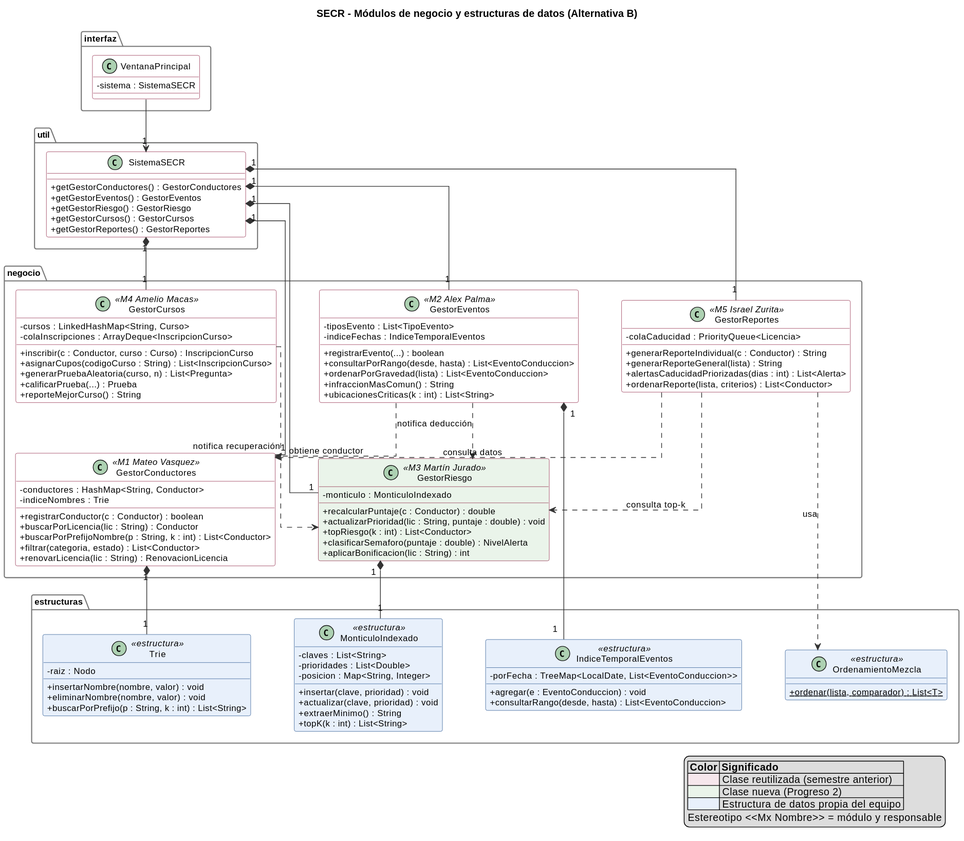
Above: docs/uml/02_negocio_estructuras.svg in isam1725/SECR-Progreso1 (PlantUML), before the change. The source it was exported from:
```plantuml
@startuml 02_negocio_estructuras

skinparam classAttributeIconSize 0
skinparam shadowing false
skinparam linetype ortho
skinparam nodesep 60
skinparam ranksep 70
skinparam defaultFontName Arial
skinparam defaultFontSize 12
skinparam class {
  BackgroundColor #FFFFFF
  BorderColor #8C1D40
  ArrowColor #333333
}
skinparam class<<nueva>> {
  BackgroundColor #EAF4EA
  BorderColor #2E7D32
}
skinparam class<<estructura>> {
  BackgroundColor #E8F0FB
  BorderColor #1F4E8C
}
skinparam package {
  BorderColor #777777
}

title SECR - Módulos de negocio y estructuras de datos (Alternativa B)

package "util" {
  class SistemaSECR {
    + getGestorConductores() : GestorConductores
    + getGestorEventos() : GestorEventos
    + getGestorRiesgo() : GestorRiesgo
    + getGestorCursos() : GestorCursos
    + getGestorReportes() : GestorReportes
  }
}

package "negocio" {
  class GestorConductores <<M1 Mateo Vasquez>> {
    - conductores : HashMap<String, Conductor>
    - indiceNombres : Trie
    + registrarConductor(c : Conductor) : boolean
    + buscarPorLicencia(lic : String) : Conductor
    + buscarPorPrefijoNombre(p : String, k : int) : List<Conductor>
    + filtrar(categoria, estado) : List<Conductor>
    + renovarLicencia(lic : String) : RenovacionLicencia
  }

  class GestorEventos <<M2 Alex Palma>> {
    - tiposEvento : List<TipoEvento>
    - indiceFechas : IndiceTemporalEventos
    + registrarEvento(...) : boolean
    + consultarPorRango(desde, hasta) : List<EventoConduccion>
    + ordenarPorGravedad(lista) : List<EventoConduccion>
    + infraccionMasComun() : String
    + ubicacionesCriticas(k : int) : List<String>
  }

  class GestorRiesgo <<M3 Martín Jurado>> #EAF4EA {
    - monticulo : MonticuloIndexado
    + recalcularPuntaje(c : Conductor) : double
    + actualizarPrioridad(lic : String, puntaje : double) : void
    + topRiesgo(k : int) : List<Conductor>
    + clasificarSemaforo(puntaje : double) : NivelAlerta
    + aplicarBonificacion(lic : String) : int
  }

  class GestorCursos <<M4 Amelio Macas>> {
    - cursos : LinkedHashMap<String, Curso>
    - colaInscripciones : ArrayDeque<InscripcionCurso>
    + inscribir(c : Conductor, curso : Curso) : InscripcionCurso
    + asignarCupos(codigoCurso : String) : List<InscripcionCurso>
    + generarPruebaAleatoria(curso, n) : List<Pregunta>
    + calificarPrueba(...) : Prueba
    + reporteMejorCurso() : String
  }

  class GestorReportes <<M5 Israel Zurita>> {
    - colaCaducidad : PriorityQueue<Licencia>
    + generarReporteIndividual(c : Conductor) : String
    + generarReporteGeneral(lista) : String
    + alertasCaducidadPriorizadas(dias : int) : List<Alerta>
    + ordenarReporte(lista, criterios) : List<Conductor>
  }
}

package "estructuras" {
  class Trie <<estructura>> {
    - raiz : Nodo
    + insertarNombre(nombre, valor) : void
    + eliminarNombre(nombre, valor) : void
    + buscarPorPrefijo(p : String, k : int) : List<String>
  }
  class MonticuloIndexado <<estructura>> {
    - claves : List<String>
    - prioridades : List<Double>
    - posicion : Map<String, Integer>
    + insertar(clave, prioridad) : void
    + actualizar(clave, prioridad) : void
    + extraerMinimo() : String
    + topK(k : int) : List<String>
  }
  class IndiceTemporalEventos <<estructura>> {
    - porFecha : TreeMap<LocalDate, List<EventoConduccion>>
    + agregar(e : EventoConduccion) : void
    + consultarRango(desde, hasta) : List<EventoConduccion>
  }
  class OrdenamientoMezcla <<estructura>> {
    + {static} ordenar(lista, comparador) : List<T>
  }
}

package "interfaz" {
  class VentanaPrincipal {
    - sistema : SistemaSECR
  }
}

VentanaPrincipal --> "1" SistemaSECR
SistemaSECR "1" *-- "1" GestorConductores
SistemaSECR "1" *-- "1" GestorEventos
SistemaSECR "1" *-- "1" GestorRiesgo
SistemaSECR "1" *-- "1" GestorCursos
SistemaSECR "1" *-- "1" GestorReportes

GestorConductores "1" *-- "1" Trie
GestorRiesgo "1" *-- "1" MonticuloIndexado
GestorEventos "1" *-- "1" IndiceTemporalEventos
GestorReportes ..> OrdenamientoMezcla : usa

GestorEventos ..> GestorConductores : obtiene conductor
GestorEventos ..> GestorRiesgo : notifica deducción
GestorCursos ..> GestorRiesgo : notifica recuperación
GestorReportes ..> GestorRiesgo : consulta top-k
GestorReportes ..> GestorConductores : consulta datos

legend right
  |= Color |= Significado |
  |<#F6E7EC>| Clase reutilizada (semestre anterior) |
  |<#EAF4EA>| Clase nueva (Progreso 2) |
  |<#E8F0FB>| Estructura de datos propia del equipo |
  Estereotipo <<Mx Nombre>> = módulo y responsable
endlegend
@enduml
```
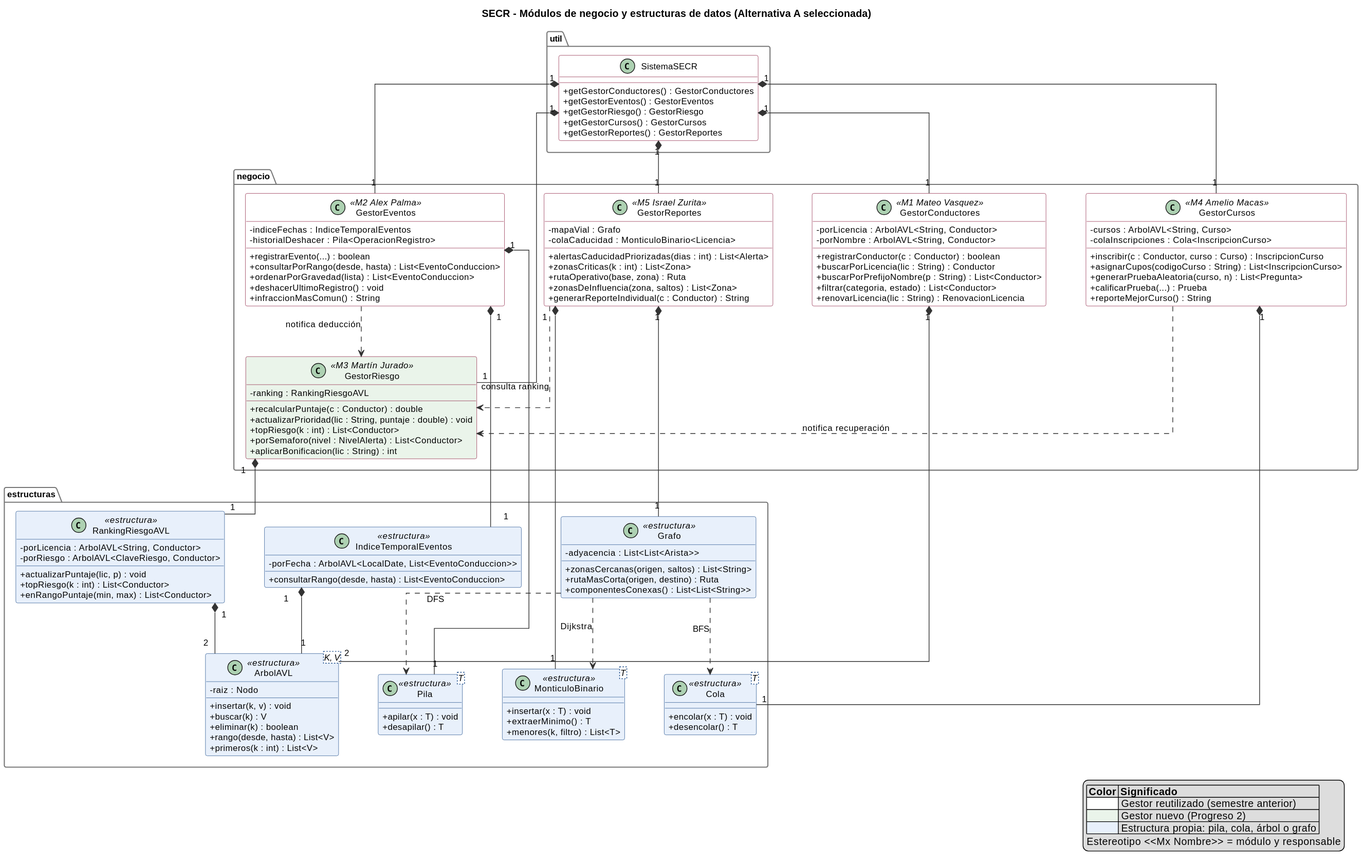
Later version of the same file.

Diff of the diagram source:
```diff
@@ -3,7 +3,7 @@
 skinparam classAttributeIconSize 0
 skinparam shadowing false
 skinparam linetype ortho
-skinparam nodesep 60
+skinparam nodesep 55
 skinparam ranksep 70
 skinparam defaultFontName Arial
 skinparam defaultFontSize 12
@@ -11,10 +11,6 @@
   BackgroundColor #FFFFFF
   BorderColor #8C1D40
   ArrowColor #333333
-}
-skinparam class<<nueva>> {
-  BackgroundColor #EAF4EA
-  BorderColor #2E7D32
 }
 skinparam class<<estructura>> {
   BackgroundColor #E8F0FB
@@ -24,7 +20,7 @@
   BorderColor #777777
 }
 
-title SECR - Módulos de negocio y estructuras de datos (Alternativa B)
+title SECR - Módulos de negocio y estructuras de datos (Alternativa A seleccionada)
 
 package "util" {
   class SistemaSECR {
@@ -38,37 +34,37 @@
 
 package "negocio" {
   class GestorConductores <<M1 Mateo Vasquez>> {
-    - conductores : HashMap<String, Conductor>
-    - indiceNombres : Trie
+    - porLicencia : ArbolAVL<String, Conductor>
+    - porNombre : ArbolAVL<String, Conductor>
     + registrarConductor(c : Conductor) : boolean
     + buscarPorLicencia(lic : String) : Conductor
-    + buscarPorPrefijoNombre(p : String, k : int) : List<Conductor>
+    + buscarPorPrefijoNombre(p : String) : List<Conductor>
     + filtrar(categoria, estado) : List<Conductor>
     + renovarLicencia(lic : String) : RenovacionLicencia
   }
 
   class GestorEventos <<M2 Alex Palma>> {
-    - tiposEvento : List<TipoEvento>
     - indiceFechas : IndiceTemporalEventos
+    - historialDeshacer : Pila<OperacionRegistro>
     + registrarEvento(...) : boolean
     + consultarPorRango(desde, hasta) : List<EventoConduccion>
     + ordenarPorGravedad(lista) : List<EventoConduccion>
+    + deshacerUltimoRegistro() : void
     + infraccionMasComun() : String
-    + ubicacionesCriticas(k : int) : List<String>
   }
 
   class GestorRiesgo <<M3 Martín Jurado>> #EAF4EA {
-    - monticulo : MonticuloIndexado
+    - ranking : RankingRiesgoAVL
     + recalcularPuntaje(c : Conductor) : double
     + actualizarPrioridad(lic : String, puntaje : double) : void
     + topRiesgo(k : int) : List<Conductor>
-    + clasificarSemaforo(puntaje : double) : NivelAlerta
+    + porSemaforo(nivel : NivelAlerta) : List<Conductor>
     + aplicarBonificacion(lic : String) : int
   }
 
   class GestorCursos <<M4 Amelio Macas>> {
-    - cursos : LinkedHashMap<String, Curso>
-    - colaInscripciones : ArrayDeque<InscripcionCurso>
+    - cursos : ArbolAVL<String, Curso>
+    - colaInscripciones : Cola<InscripcionCurso>
     + inscribir(c : Conductor, curso : Curso) : InscripcionCurso
     + asignarCupos(codigoCurso : String) : List<InscripcionCurso>
     + generarPruebaAleatoria(curso, n) : List<Pregunta>
@@ -77,69 +73,85 @@
   }
 
   class GestorReportes <<M5 Israel Zurita>> {
-    - colaCaducidad : PriorityQueue<Licencia>
+    - mapaVial : Grafo
+    - colaCaducidad : MonticuloBinario<Licencia>
+    + alertasCaducidadPriorizadas(dias : int) : List<Alerta>
+    + zonasCriticas(k : int) : List<Zona>
+    + rutaOperativo(base, zona) : Ruta
+    + zonasDeInfluencia(zona, saltos) : List<Zona>
     + generarReporteIndividual(c : Conductor) : String
-    + generarReporteGeneral(lista) : String
-    + alertasCaducidadPriorizadas(dias : int) : List<Alerta>
-    + ordenarReporte(lista, criterios) : List<Conductor>
   }
 }
 
 package "estructuras" {
-  class Trie <<estructura>> {
+  class "ArbolAVL<K, V>" as ArbolAVL <<estructura>> {
     - raiz : Nodo
-    + insertarNombre(nombre, valor) : void
-    + eliminarNombre(nombre, valor) : void
-    + buscarPorPrefijo(p : String, k : int) : List<String>
+    + insertar(k, v) : void
+    + buscar(k) : V
+    + eliminar(k) : boolean
+    + rango(desde, hasta) : List<V>
+    + primeros(k : int) : List<V>
   }
-  class MonticuloIndexado <<estructura>> {
-    - claves : List<String>
-    - prioridades : List<Double>
-    - posicion : Map<String, Integer>
-    + insertar(clave, prioridad) : void
-    + actualizar(clave, prioridad) : void
-    + extraerMinimo() : String
-    + topK(k : int) : List<String>
+  class RankingRiesgoAVL <<estructura>> {
+    - porLicencia : ArbolAVL<String, Conductor>
+    - porRiesgo : ArbolAVL<ClaveRiesgo, Conductor>
+    + actualizarPuntaje(lic, p) : void
+    + topRiesgo(k : int) : List<Conductor>
+    + enRangoPuntaje(min, max) : List<Conductor>
   }
   class IndiceTemporalEventos <<estructura>> {
-    - porFecha : TreeMap<LocalDate, List<EventoConduccion>>
-    + agregar(e : EventoConduccion) : void
+    - porFecha : ArbolAVL<LocalDate, List<EventoConduccion>>
     + consultarRango(desde, hasta) : List<EventoConduccion>
   }
-  class OrdenamientoMezcla <<estructura>> {
-    + {static} ordenar(lista, comparador) : List<T>
+  class "MonticuloBinario<T>" as MonticuloBinario <<estructura>> {
+    + insertar(x : T) : void
+    + extraerMinimo() : T
+    + menores(k, filtro) : List<T>
+  }
+  class "Cola<T>" as Cola <<estructura>> {
+    + encolar(x : T) : void
+    + desencolar() : T
+  }
+  class "Pila<T>" as Pila <<estructura>> {
+    + apilar(x : T) : void
+    + desapilar() : T
+  }
+  class Grafo <<estructura>> {
+    - adyacencia : List<List<Arista>>
+    + zonasCercanas(origen, saltos) : List<String>
+    + rutaMasCorta(origen, destino) : Ruta
+    + componentesConexas() : List<List<String>>
   }
 }
 
-package "interfaz" {
-  class VentanaPrincipal {
-    - sistema : SistemaSECR
-  }
-}
-
-VentanaPrincipal --> "1" SistemaSECR
 SistemaSECR "1" *-- "1" GestorConductores
 SistemaSECR "1" *-- "1" GestorEventos
 SistemaSECR "1" *-- "1" GestorRiesgo
 SistemaSECR "1" *-- "1" GestorCursos
 SistemaSECR "1" *-- "1" GestorReportes
 
-GestorConductores "1" *-- "1" Trie
-GestorRiesgo "1" *-- "1" MonticuloIndexado
+GestorConductores "1" *-- "2" ArbolAVL
 GestorEventos "1" *-- "1" IndiceTemporalEventos
-GestorReportes ..> OrdenamientoMezcla : usa
+GestorEventos "1" *-- "1" Pila
+GestorRiesgo "1" *-- "1" RankingRiesgoAVL
+GestorCursos "1" *-- "1" Cola
+GestorReportes "1" *-- "1" Grafo
+GestorReportes "1" *-- "1" MonticuloBinario
+RankingRiesgoAVL "1" *-- "2" ArbolAVL
+IndiceTemporalEventos "1" *-- "1" ArbolAVL
+Grafo ..> Cola : BFS
+Grafo ..> MonticuloBinario : Dijkstra
+Grafo ..> Pila : DFS
 
-GestorEventos ..> GestorConductores : obtiene conductor
 GestorEventos ..> GestorRiesgo : notifica deducción
 GestorCursos ..> GestorRiesgo : notifica recuperación
-GestorReportes ..> GestorRiesgo : consulta top-k
-GestorReportes ..> GestorConductores : consulta datos
+GestorReportes ..> GestorRiesgo : consulta ranking
 
 legend right
   |= Color |= Significado |
-  |<#F6E7EC>| Clase reutilizada (semestre anterior) |
-  |<#EAF4EA>| Clase nueva (Progreso 2) |
-  |<#E8F0FB>| Estructura de datos propia del equipo |
+  |<#FFFFFF>| Gestor reutilizado (semestre anterior) |
+  |<#EAF4EA>| Gestor nuevo (Progreso 2) |
+  |<#E8F0FB>| Estructura propia: pila, cola, árbol o grafo |
   Estereotipo <<Mx Nombre>> = módulo y responsable
 endlegend
 @enduml
```
